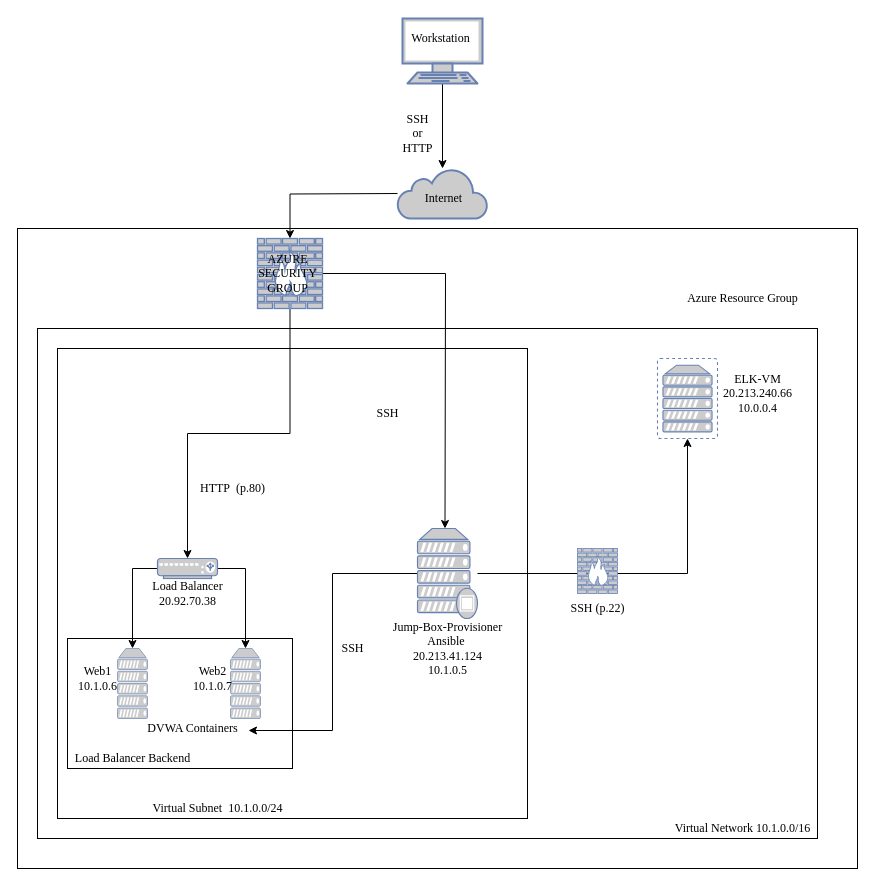
AlecMiner/Project1 keeps this draw.io diagram as Diagrams/AzureNetworkDiagram.drawio. Above is the earlier version. Source tidied: cells renumbered, new cells numbered last; positions are measured from the earlier drawing's top-left corner, leaving out a move shared by most shapes. Both pictures are drawn from the tidied source at 100%, with x=0, y=0 at pixel (17, 18).
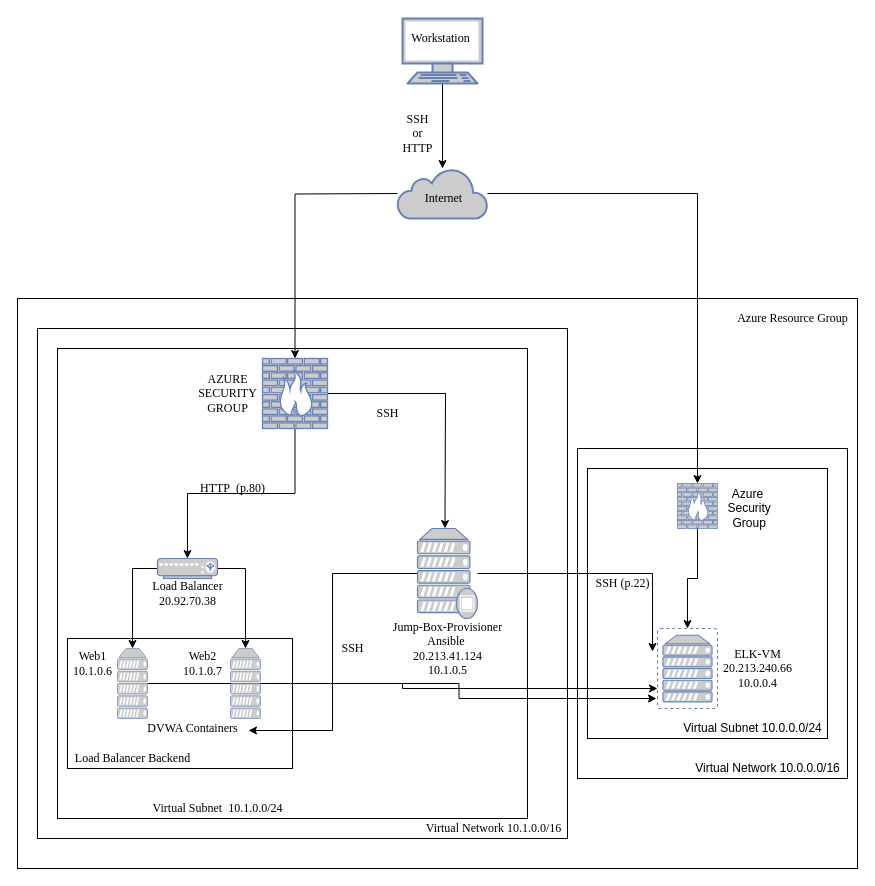
After the change.

Unchanged cells that the change refers to:
```xml
<mxCell id="11" style="html=1;outlineConnect=0;fillColor=#CCCCCC;strokeColor=#6881B3;gradientColor=none;gradientDirection=north;strokeWidth=2;shape=mxgraph.networks.cloud;fontColor=#ffffff;" parent="1" vertex="1">
  <mxGeometry x="380" y="150" width="90" height="50" as="geometry" />
</mxCell>
<mxCell id="23" style="fontColor=#0066CC;verticalAlign=top;verticalLabelPosition=bottom;labelPosition=center;align=center;html=1;outlineConnect=0;fillColor=#CCCCCC;strokeColor=#6881B3;gradientColor=none;gradientDirection=north;strokeWidth=2;shape=mxgraph.networks.proxy_server;shadow=0;fontFamily=Times New Roman;" parent="1" vertex="1">
  <mxGeometry x="400" y="510" width="60" height="90" as="geometry" />
</mxCell>
<mxCell id="26" style="fontColor=#0066CC;verticalAlign=top;verticalLabelPosition=bottom;labelPosition=center;align=center;html=1;outlineConnect=0;fillColor=#CCCCCC;strokeColor=#6881B3;gradientColor=none;gradientDirection=north;strokeWidth=2;shape=mxgraph.networks.server;shadow=0;fontFamily=Times New Roman;" parent="1" vertex="1">
  <mxGeometry x="100" y="630" width="30" height="70" as="geometry" />
</mxCell>
<mxCell id="27" style="fontColor=#0066CC;verticalAlign=top;verticalLabelPosition=bottom;labelPosition=center;align=center;html=1;outlineConnect=0;fillColor=#CCCCCC;strokeColor=#6881B3;gradientColor=none;gradientDirection=north;strokeWidth=2;shape=mxgraph.networks.server;shadow=0;fontFamily=Times New Roman;" parent="1" vertex="1">
  <mxGeometry x="213" y="630" width="30" height="70" as="geometry" />
</mxCell>
```

What changed in the source:
```diff
@@
+    <mxCell id="41" style="rounded=0;whiteSpace=wrap;html=1;fillColor=none;" parent="1" vertex="1">
+      <mxGeometry x="560" y="430" width="270" height="330" as="geometry" />
+    </mxCell>
+    <mxCell id="32" style="rounded=0;whiteSpace=wrap;html=1;shadow=0;fontFamily=Times New Roman;fillColor=none;" parent="1" vertex="1">
+      <mxGeometry x="50" y="620" width="225" height="130" as="geometry" />
+    </mxCell>
     <mxCell id="2" style="rounded=0;whiteSpace=wrap;html=1;shadow=0;fontFamily=Times New Roman;fillColor=none;" parent="1" vertex="1">
-      <mxGeometry y="210" width="840" height="640" as="geometry" />
+      <mxGeometry y="280" width="840" height="570" as="geometry" />
     </mxCell>
     <mxCell id="3" style="rounded=0;whiteSpace=wrap;html=1;shadow=0;fontFamily=Times New Roman;fillColor=none;" parent="1" vertex="1">
-      <mxGeometry x="20" y="310" width="780" height="510" as="geometry" />
+      <mxGeometry x="20" y="310" width="530" height="510" as="geometry" />
     </mxCell>
@@
     <mxCell id="9" style="fontColor=#0066CC;verticalAlign=top;verticalLabelPosition=bottom;labelPosition=center;align=center;html=1;outlineConnect=0;fillColor=#CCCCCC;strokeColor=#6881B3;gradientColor=none;gradientDirection=north;strokeWidth=2;shape=mxgraph.networks.firewall;" parent="1" vertex="1">
-      <mxGeometry x="240" y="220" width="65" height="70" as="geometry" />
+      <mxGeometry x="245" y="340" width="65" height="70" as="geometry" />
     </mxCell>
@@
+    <mxCell id="42" style="edgeStyle=orthogonalEdgeStyle;rounded=0;jettySize=auto;html=1;entryX=0.5;entryY=0;entryDx=0;entryDy=0;entryPerimeter=0;" parent="1" edge="1" source="11" target="40">
+      <mxGeometry relative="1" as="geometry" />
+    </mxCell>
@@
     <mxCell id="15" value="AZURE&lt;br&gt;SECURITY&lt;br&gt;GROUP" style="text;html=1;align=center;verticalAlign=middle;fillColor=none;strokeColor=none;rounded=0;fontFamily=Times New Roman;" parent="1" vertex="1">
-      <mxGeometry x="235" y="230" width="70" height="50" as="geometry" />
+      <mxGeometry x="175" y="350" width="70" height="50" as="geometry" />
     </mxCell>
@@
-    <mxCell id="22" style="edgeStyle=orthogonalEdgeStyle;rounded=0;jettySize=auto;html=1;entryX=0.5;entryY=1;entryDx=0;entryDy=0;entryPerimeter=0;fontFamily=Times New Roman;" parent="1" edge="1" source="23" target="36">
+    <mxCell id="22" style="edgeStyle=orthogonalEdgeStyle;rounded=0;jettySize=auto;html=1;entryX=-0.083;entryY=0.288;entryDx=0;entryDy=0;entryPerimeter=0;" parent="1" edge="1" source="23" target="36">
       <mxGeometry relative="1" as="geometry" />
     </mxCell>
@@
+    <mxCell id="43" style="edgeStyle=orthogonalEdgeStyle;rounded=0;jettySize=auto;html=1;" parent="1" edge="1" source="26" target="36">
+      <mxGeometry relative="1" as="geometry">
+        <Array as="points">
+          <mxPoint x="385" y="665" />
+          <mxPoint x="385" y="670" />
+        </Array>
+      </mxGeometry>
+    </mxCell>
@@
+    <mxCell id="44" style="edgeStyle=orthogonalEdgeStyle;rounded=0;jettySize=auto;html=1;entryX=-0.017;entryY=0.875;entryDx=0;entryDy=0;entryPerimeter=0;" parent="1" edge="1" source="27" target="36">
+      <mxGeometry relative="1" as="geometry" />
+    </mxCell>
@@
     <mxCell id="29" value="Web1&lt;br&gt;10.1.0.6" style="text;html=1;align=center;verticalAlign=middle;fillColor=none;strokeColor=none;rounded=0;shadow=0;fontFamily=Times New Roman;" parent="1" vertex="1">
-      <mxGeometry x="55" y="645" width="50" height="30" as="geometry" />
+      <mxGeometry x="50" y="630" width="50" height="30" as="geometry" />
     </mxCell>
     <mxCell id="30" value="Web2&lt;br&gt;10.1.0.7" style="text;html=1;align=center;verticalAlign=middle;fillColor=none;strokeColor=none;rounded=0;shadow=0;fontFamily=Times New Roman;" parent="1" vertex="1">
-      <mxGeometry x="170" y="645" width="50" height="30" as="geometry" />
+      <mxGeometry x="160" y="630" width="50" height="30" as="geometry" />
     </mxCell>
@@
-    <mxCell id="32" style="rounded=0;whiteSpace=wrap;html=1;shadow=0;fontFamily=Times New Roman;fillColor=none;" parent="1" vertex="1">
-      <mxGeometry x="50" y="620" width="225" height="130" as="geometry" />
-    </mxCell>
@@
     <mxCell id="35" value="Virtual Network 10.1.0.0/16" style="text;html=1;align=center;verticalAlign=middle;fillColor=none;strokeColor=none;rounded=0;shadow=0;fontFamily=Times New Roman;" parent="1" vertex="1">
-      <mxGeometry x="650" y="800" width="150" height="20" as="geometry" />
+      <mxGeometry x="400.5" y="800" width="150" height="20" as="geometry" />
     </mxCell>
     <mxCell id="36" style="fontColor=#0066CC;verticalAlign=top;verticalLabelPosition=bottom;labelPosition=center;align=center;html=1;outlineConnect=0;fillColor=#CCCCCC;strokeColor=#6881B3;gradientColor=none;gradientDirection=north;strokeWidth=2;shape=mxgraph.networks.virtual_server;shadow=0;fontFamily=Times New Roman;" parent="1" vertex="1">
-      <mxGeometry x="640" y="340" width="60" height="80" as="geometry" />
+      <mxGeometry x="640" y="610" width="60" height="80" as="geometry" />
     </mxCell>
     <mxCell id="37" value="Azure Resource Group" style="text;html=1;align=center;verticalAlign=middle;fillColor=none;strokeColor=none;rounded=0;shadow=0;fontFamily=Times New Roman;" parent="1" vertex="1">
-      <mxGeometry x="660" y="270" width="130" height="20" as="geometry" />
+      <mxGeometry x="710" y="290" width="130" height="20" as="geometry" />
     </mxCell>
     <mxCell id="38" value="ELK-VM&lt;br&gt;20.213.240.66&lt;br&gt;10.0.0.4" style="text;html=1;align=center;verticalAlign=middle;fillColor=none;strokeColor=none;rounded=0;shadow=0;fontFamily=Times New Roman;" parent="1" vertex="1">
-      <mxGeometry x="700" y="350" width="80" height="50" as="geometry" />
+      <mxGeometry x="700" y="625" width="80" height="50" as="geometry" />
     </mxCell>
     <mxCell id="39" value="SSH (p.22)" style="text;html=1;align=center;verticalAlign=middle;fillColor=none;strokeColor=none;rounded=0;shadow=0;fontFamily=Times New Roman;" parent="1" vertex="1">
-      <mxGeometry x="545" y="580" width="70" height="20" as="geometry" />
+      <mxGeometry x="570" y="555" width="70" height="20" as="geometry" />
     </mxCell>
+    <mxCell id="45" style="edgeStyle=orthogonalEdgeStyle;rounded=0;jettySize=auto;html=1;entryX=0.5;entryY=0;entryDx=0;entryDy=0;entryPerimeter=0;" parent="1" edge="1" source="40" target="36">
+      <mxGeometry relative="1" as="geometry" />
+    </mxCell>
     <mxCell id="40" style="fontColor=#0066CC;verticalAlign=top;verticalLabelPosition=bottom;labelPosition=center;align=center;html=1;outlineConnect=0;fillColor=#CCCCCC;strokeColor=#6881B3;gradientColor=none;gradientDirection=north;strokeWidth=2;shape=mxgraph.networks.firewall;shadow=0;fontFamily=Times New Roman;" parent="1" vertex="1">
-      <mxGeometry x="560" y="530" width="40" height="45" as="geometry" />
+      <mxGeometry x="660" y="465" width="40" height="45" as="geometry" />
     </mxCell>
+    <mxCell id="46" style="rounded=0;whiteSpace=wrap;html=1;fillColor=none;" parent="1" vertex="1">
+      <mxGeometry x="570" y="450" width="240" height="270" as="geometry" />
+    </mxCell>
+    <mxCell id="47" value="Virtual Network 10.0.0.0/16" style="text;html=1;align=center;verticalAlign=middle;fillColor=none;strokeColor=none;rounded=0;" parent="1" vertex="1">
+      <mxGeometry x="670" y="740" width="160" height="20" as="geometry" />
+    </mxCell>
+    <mxCell id="48" value="Virtual Subnet 10.0.0.0/24" style="text;html=1;align=center;verticalAlign=middle;fillColor=none;strokeColor=none;rounded=0;" parent="1" vertex="1">
+      <mxGeometry x="660" y="700" width="150" height="20" as="geometry" />
+    </mxCell>
+    <mxCell id="49" value="Azure&lt;br&gt;&amp;nbsp;Security&lt;br&gt;&amp;nbsp;Group" style="text;html=1;align=center;verticalAlign=middle;fillColor=none;strokeColor=none;rounded=0;" parent="1" vertex="1">
+      <mxGeometry x="700" y="465" width="60" height="50" as="geometry" />
+    </mxCell>
```
